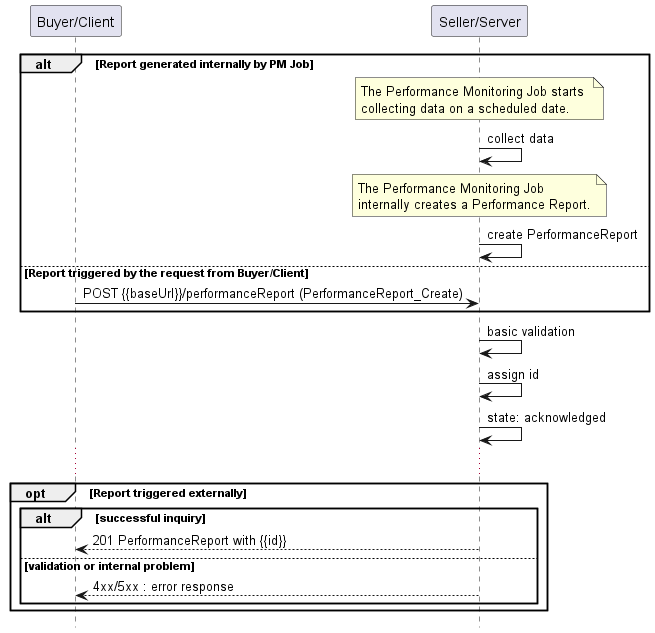
The PlantUML diagram documentation/serviceApi/pm/performance/media/useCase18.png in MEF-GIT/MEF-LSO-Legato-SDK, before a commit.
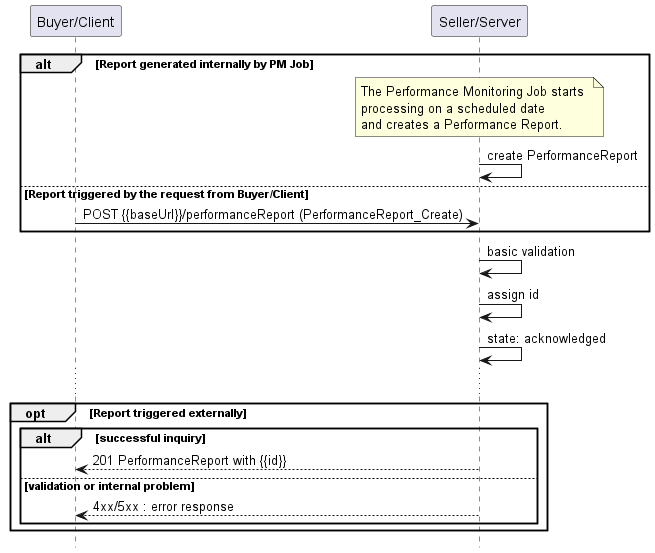
After the change.

Change to the diagram source:
```diff
@@ -1,5 +1,4 @@
 @startuml useCase18
-
 
 hide footbox
 
@@ -9,13 +8,10 @@
 alt Report generated internally by PM Job
   note over S
     The Performance Monitoring Job starts
-    collecting data on a scheduled date.
+    processing on a scheduled date
+    and creates a Performance Report.
   end note
-  S -> S : collect data
-  note over S
-    The Performance Monitoring Job
-    internally creates a Performance Report.
-  end note
+
   S -> S : create PerformanceReport
 else Report triggered by the request from Buyer/Client
   B -> S : POST {{baseUrl}}/performanceReport (PerformanceReport_Create)
```
